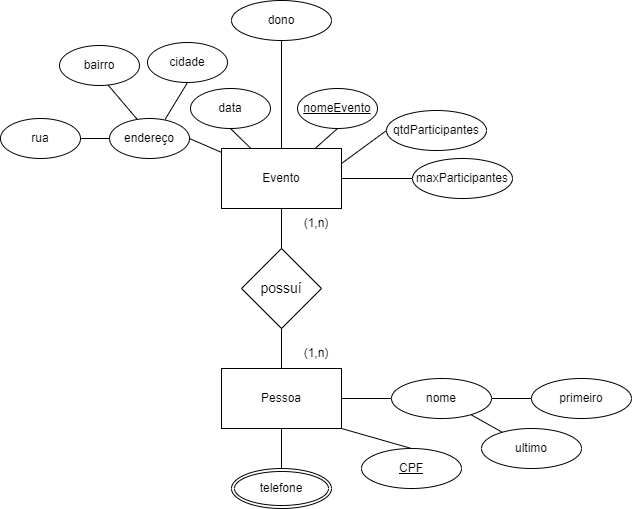
This is modelos-bd/modelo-conceitual-myMeetings.png from lunatos/TI2-BancoDeDados, a draw.io export, as it was before one commit. Source tidied: cells renumbered, new cells last; positions are measured from the earlier drawing's top-left corner, leaving out a move shared by most shapes.
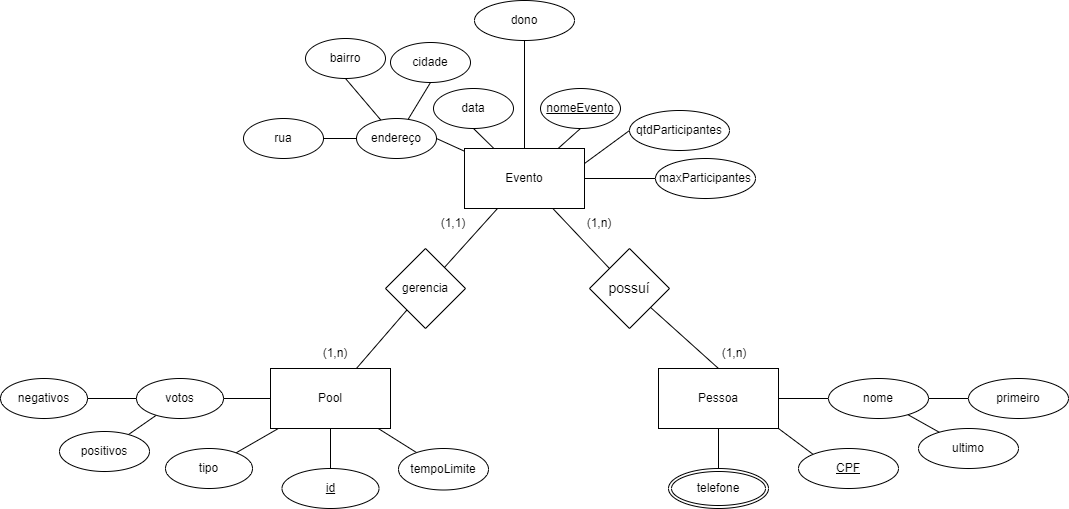
Later version of the same file.

The edit, as a diff of the source:
```diff
@@ -11,7 +11,7 @@
     <mxCell id="4" style="edgeStyle=none;rounded=0;jettySize=auto;html=1;endArrow=none;endFill=0;entryX=0.5;entryY=1;entryDx=0;entryDy=0;" parent="1" edge="1" source="8" target="16">
       <mxGeometry relative="1" as="geometry" />
     </mxCell>
-    <mxCell id="5" style="edgeStyle=none;rounded=0;jettySize=auto;html=1;endArrow=none;endFill=0;entryX=0.5;entryY=0;entryDx=0;entryDy=0;" parent="1" edge="1" source="8" target="32">
+    <mxCell id="5" style="edgeStyle=none;rounded=0;jettySize=auto;html=1;endArrow=none;endFill=0;entryX=0;entryY=0;entryDx=0;entryDy=0;" parent="1" edge="1" source="8" target="32">
       <mxGeometry relative="1" as="geometry" />
     </mxCell>
     <mxCell id="6" style="edgeStyle=none;rounded=0;jettySize=auto;html=1;endArrow=none;endFill=0;entryX=0;entryY=0.5;entryDx=0;entryDy=0;" parent="1" edge="1" source="8" target="34">
@@ -20,6 +20,9 @@
     <mxCell id="7" style="rounded=0;jettySize=auto;html=1;exitX=1;exitY=0.25;exitDx=0;exitDy=0;entryX=0;entryY=0.5;entryDx=0;entryDy=0;endArrow=none;endFill=0;" parent="1" edge="1" source="8" target="37">
       <mxGeometry relative="1" as="geometry" />
     </mxCell>
+    <mxCell id="38" style="edgeStyle=none;rounded=0;jettySize=auto;html=1;endArrow=none;endFill=0;" parent="1" edge="1" source="8" target="39">
+      <mxGeometry relative="1" as="geometry" />
+    </mxCell>
     <mxCell id="8" value="Evento" style="rounded=0;whiteSpace=wrap;html=1;" parent="1" vertex="1">
       <mxGeometry x="221" y="148" width="120" height="60" as="geometry" />
     </mxCell>
@@ -50,28 +53,28 @@
     <mxCell id="17" value="cidade" style="ellipse;whiteSpace=wrap;html=1;" parent="1" vertex="1">
       <mxGeometry x="147" y="42" width="80" height="40" as="geometry" />
     </mxCell>
-    <mxCell id="18" style="edgeStyle=none;rounded=0;jettySize=auto;html=1;endArrow=none;endFill=0;entryX=0.5;entryY=0;entryDx=0;entryDy=0;exitX=1;exitY=1;exitDx=0;exitDy=0;" parent="1" edge="1" source="33" target="22">
+    <mxCell id="18" style="edgeStyle=none;rounded=0;jettySize=auto;html=1;endArrow=none;endFill=0;entryX=0;entryY=0;entryDx=0;entryDy=0;exitX=1;exitY=1;exitDx=0;exitDy=0;" parent="1" edge="1" source="33" target="22">
       <mxGeometry relative="1" as="geometry" />
     </mxCell>
     <mxCell id="19" style="edgeStyle=none;rounded=0;jettySize=auto;html=1;endArrow=none;endFill=0;" parent="1" edge="1" target="23">
       <mxGeometry relative="1" as="geometry">
-        <mxPoint x="281" y="428" as="sourcePoint" />
+        <mxPoint x="475" y="428" as="sourcePoint" />
       </mxGeometry>
     </mxCell>
     <mxCell id="20" style="edgeStyle=none;rounded=0;orthogonalLoop=1;jettySize=auto;html=1;endArrow=none;endFill=0;" parent="1" edge="1">
       <mxGeometry relative="1" as="geometry">
-        <mxPoint x="346" y="398" as="sourcePoint" />
-        <mxPoint x="351" y="398" as="targetPoint" />
+        <mxPoint x="540" y="398" as="sourcePoint" />
+        <mxPoint x="545" y="398" as="targetPoint" />
       </mxGeometry>
     </mxCell>
     <mxCell id="21" style="edgeStyle=none;rounded=0;jettySize=auto;html=1;endArrow=none;endFill=0;exitX=1;exitY=0.5;exitDx=0;exitDy=0;" parent="1" edge="1" source="33" target="26">
       <mxGeometry relative="1" as="geometry" />
     </mxCell>
     <mxCell id="22" value="CPF" style="ellipse;whiteSpace=wrap;html=1;align=center;fontStyle=4;" parent="1" vertex="1">
-      <mxGeometry x="361" y="448" width="100" height="40" as="geometry" />
+      <mxGeometry x="555" y="448" width="100" height="40" as="geometry" />
     </mxCell>
     <mxCell id="23" value="telefone" style="ellipse;shape=doubleEllipse;margin=3;whiteSpace=wrap;html=1;align=center;" parent="1" vertex="1">
-      <mxGeometry x="231" y="468" width="100" height="40" as="geometry" />
+      <mxGeometry x="425" y="468" width="100" height="40" as="geometry" />
     </mxCell>
     <mxCell id="24" style="edgeStyle=none;rounded=0;jettySize=auto;html=1;endArrow=none;endFill=0;" parent="1" edge="1" source="26" target="27">
       <mxGeometry relative="1" as="geometry" />
@@ -80,28 +83,28 @@
       <mxGeometry relative="1" as="geometry" />
     </mxCell>
     <mxCell id="26" value="nome" style="ellipse;whiteSpace=wrap;html=1;align=center;" parent="1" vertex="1">
-      <mxGeometry x="391" y="378" width="100" height="40" as="geometry" />
+      <mxGeometry x="585" y="378" width="100" height="40" as="geometry" />
     </mxCell>
     <mxCell id="27" value="primeiro" style="ellipse;whiteSpace=wrap;html=1;align=center;" parent="1" vertex="1">
-      <mxGeometry x="531" y="378" width="100" height="40" as="geometry" />
+      <mxGeometry x="725" y="378" width="100" height="40" as="geometry" />
     </mxCell>
     <mxCell id="28" value="ultimo" style="ellipse;whiteSpace=wrap;html=1;align=center;" parent="1" vertex="1">
-      <mxGeometry x="481" y="428" width="100" height="40" as="geometry" />
+      <mxGeometry x="675" y="428" width="100" height="40" as="geometry" />
     </mxCell>
     <mxCell id="29" value="(1,n)" style="text;html=1;strokeColor=none;fillColor=none;align=center;verticalAlign=middle;whiteSpace=wrap;rounded=0;" parent="1" vertex="1">
-      <mxGeometry x="286" y="208" width="60" height="30" as="geometry" />
+      <mxGeometry x="326" y="208" width="60" height="30" as="geometry" />
     </mxCell>
     <mxCell id="30" value="(1,n)" style="text;html=1;strokeColor=none;fillColor=none;align=center;verticalAlign=middle;whiteSpace=wrap;rounded=0;" parent="1" vertex="1">
-      <mxGeometry x="286" y="338" width="60" height="30" as="geometry" />
+      <mxGeometry x="461" y="338" width="60" height="30" as="geometry" />
     </mxCell>
-    <mxCell id="31" style="edgeStyle=orthogonalEdgeStyle;rounded=0;jettySize=auto;html=1;entryX=0.5;entryY=0;entryDx=0;entryDy=0;fontSize=14;endArrow=none;endFill=0;" parent="1" edge="1" source="32" target="33">
+    <mxCell id="31" style="rounded=0;jettySize=auto;html=1;entryX=0.5;entryY=0;entryDx=0;entryDy=0;fontSize=14;endArrow=none;endFill=0;" parent="1" edge="1" source="32" target="33">
       <mxGeometry relative="1" as="geometry" />
     </mxCell>
     <mxCell id="32" value="possuí" style="rhombus;whiteSpace=wrap;html=1;fontSize=14;" parent="1" vertex="1">
-      <mxGeometry x="241" y="248" width="80" height="80" as="geometry" />
+      <mxGeometry x="346" y="248" width="80" height="80" as="geometry" />
     </mxCell>
     <mxCell id="33" value="Pessoa" style="rounded=0;whiteSpace=wrap;html=1;" parent="1" vertex="1">
-      <mxGeometry x="221" y="368" width="120" height="60" as="geometry" />
+      <mxGeometry x="415" y="368" width="120" height="60" as="geometry" />
     </mxCell>
     <mxCell id="34" value="maxParticipantes" style="ellipse;whiteSpace=wrap;html=1;align=center;" parent="1" vertex="1">
       <mxGeometry x="412" y="158" width="100" height="40" as="geometry" />
@@ -115,5 +118,56 @@
     <mxCell id="37" value="qtdParticipantes" style="ellipse;whiteSpace=wrap;html=1;align=center;" parent="1" vertex="1">
       <mxGeometry x="386" y="110" width="100" height="40" as="geometry" />
     </mxCell>
+    <mxCell id="39" value="gerencia" style="rhombus;whiteSpace=wrap;html=1;rounded=0;" parent="1" vertex="1">
+      <mxGeometry x="142" y="248" width="80" height="80" as="geometry" />
+    </mxCell>
+    <mxCell id="40" style="edgeStyle=none;rounded=0;jettySize=auto;html=1;endArrow=none;endFill=0;" parent="1" edge="1" source="45" target="39">
+      <mxGeometry relative="1" as="geometry" />
+    </mxCell>
+    <mxCell id="41" style="edgeStyle=none;rounded=0;jettySize=auto;html=1;endArrow=none;endFill=0;entryX=1;entryY=0.5;entryDx=0;entryDy=0;" parent="1" edge="1" source="45" target="50">
+      <mxGeometry relative="1" as="geometry" />
+    </mxCell>
+    <mxCell id="42" style="edgeStyle=none;rounded=0;jettySize=auto;html=1;endArrow=none;endFill=0;" parent="1" edge="1" source="45" target="51">
+      <mxGeometry relative="1" as="geometry" />
+    </mxCell>
+    <mxCell id="43" style="edgeStyle=none;rounded=0;jettySize=auto;html=1;endArrow=none;endFill=0;" parent="1" edge="1" source="45" target="52">
+      <mxGeometry relative="1" as="geometry" />
+    </mxCell>
+    <mxCell id="44" style="rounded=0;jettySize=auto;html=1;endArrow=none;endFill=0;" parent="1" edge="1" source="45" target="55">
+      <mxGeometry relative="1" as="geometry" />
+    </mxCell>
+    <mxCell id="45" value="Pool" style="rounded=0;whiteSpace=wrap;html=1;" parent="1" vertex="1">
+      <mxGeometry x="27" y="368" width="120" height="60" as="geometry" />
+    </mxCell>
+    <mxCell id="46" value="(1,1)" style="text;html=1;strokeColor=none;fillColor=none;align=center;verticalAlign=middle;whiteSpace=wrap;rounded=0;" parent="1" vertex="1">
+      <mxGeometry x="180" y="208" width="60" height="30" as="geometry" />
+    </mxCell>
+    <mxCell id="47" value="(1,n)" style="text;html=1;strokeColor=none;fillColor=none;align=center;verticalAlign=middle;whiteSpace=wrap;rounded=0;" parent="1" vertex="1">
+      <mxGeometry x="62" y="338" width="60" height="30" as="geometry" />
+    </mxCell>
+    <mxCell id="48" style="edgeStyle=none;rounded=0;jettySize=auto;html=1;endArrow=none;endFill=0;" parent="1" edge="1" source="50" target="53">
+      <mxGeometry relative="1" as="geometry" />
+    </mxCell>
+    <mxCell id="49" style="edgeStyle=none;rounded=0;jettySize=auto;html=1;endArrow=none;endFill=0;" parent="1" edge="1" source="50" target="54">
+      <mxGeometry relative="1" as="geometry" />
+    </mxCell>
+    <mxCell id="50" value="votos" style="ellipse;whiteSpace=wrap;html=1;rounded=0;" parent="1" vertex="1">
+      <mxGeometry x="-107" y="378" width="87" height="40" as="geometry" />
+    </mxCell>
+    <mxCell id="51" value="&lt;u&gt;id&lt;/u&gt;" style="ellipse;whiteSpace=wrap;html=1;rounded=0;" parent="1" vertex="1">
+      <mxGeometry x="38.5" y="468" width="97" height="40" as="geometry" />
+    </mxCell>
+    <mxCell id="52" value="tipo" style="ellipse;whiteSpace=wrap;html=1;rounded=0;" parent="1" vertex="1">
+      <mxGeometry x="-78" y="448" width="87" height="40" as="geometry" />
+    </mxCell>
+    <mxCell id="53" value="positivos" style="ellipse;whiteSpace=wrap;html=1;rounded=0;" parent="1" vertex="1">
+      <mxGeometry x="-184" y="431" width="90" height="40" as="geometry" />
+    </mxCell>
+    <mxCell id="54" value="negativos" style="ellipse;whiteSpace=wrap;html=1;rounded=0;" parent="1" vertex="1">
+      <mxGeometry x="-243" y="378" width="87" height="40" as="geometry" />
+    </mxCell>
+    <mxCell id="55" value="tempoLimite" style="ellipse;whiteSpace=wrap;html=1;rounded=0;" parent="1" vertex="1">
+      <mxGeometry x="155" y="448" width="90" height="41.5" as="geometry" />
+    </mxCell>
   </root>
 </mxGraphModel>
```
